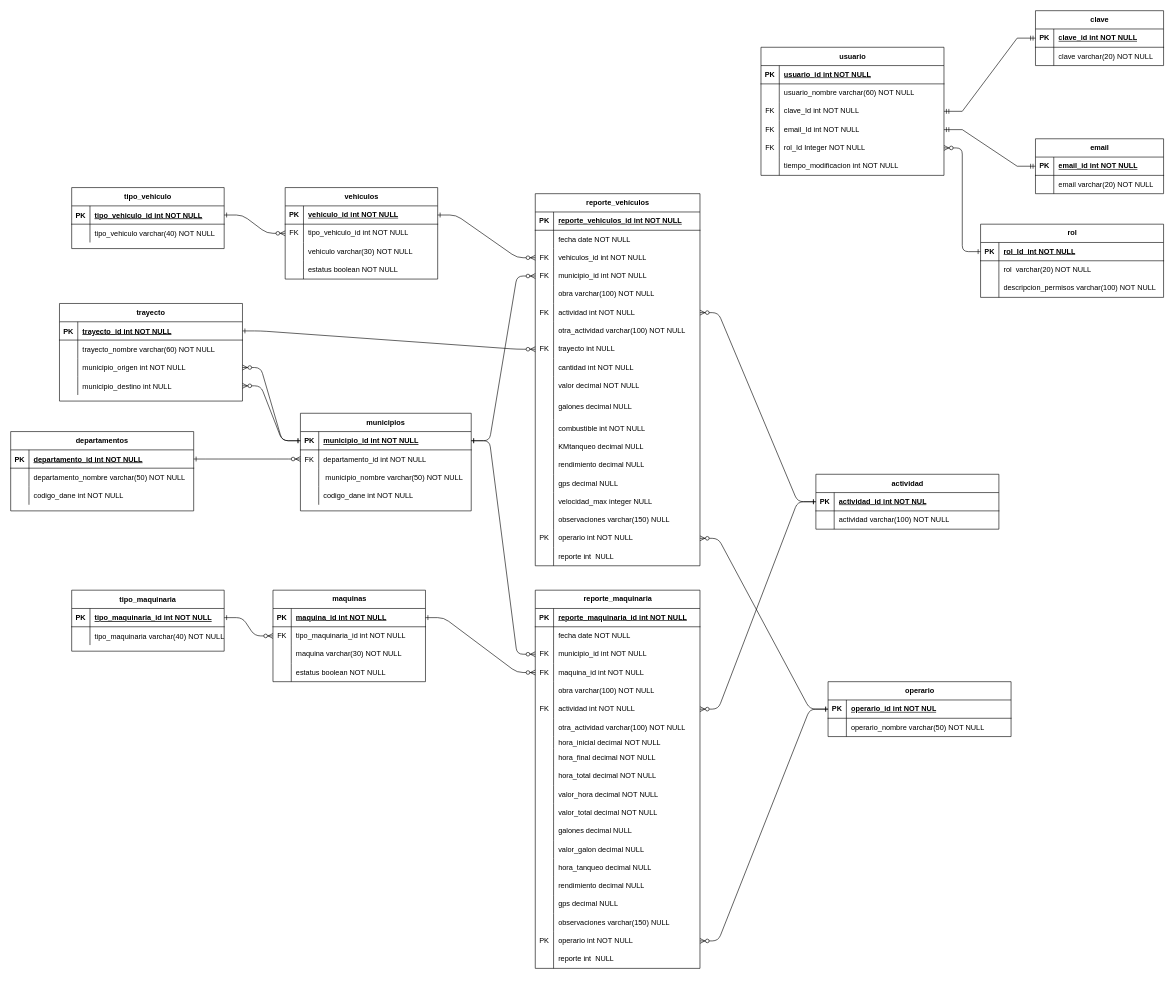
Above: MER/gestionMaquinaria&Vehiculos.drawio in MasacradorM/Gestion-de-Maquinaria-y-Vehiculos (draw.io), before the change. Source tidied: cells renumbered, new cells numbered last; positions are measured from the earlier drawing's top-left corner, leaving out a move shared by most shapes. Both pictures are drawn from the tidied source at 61%, with x=0, y=0 at pixel (10, 10).
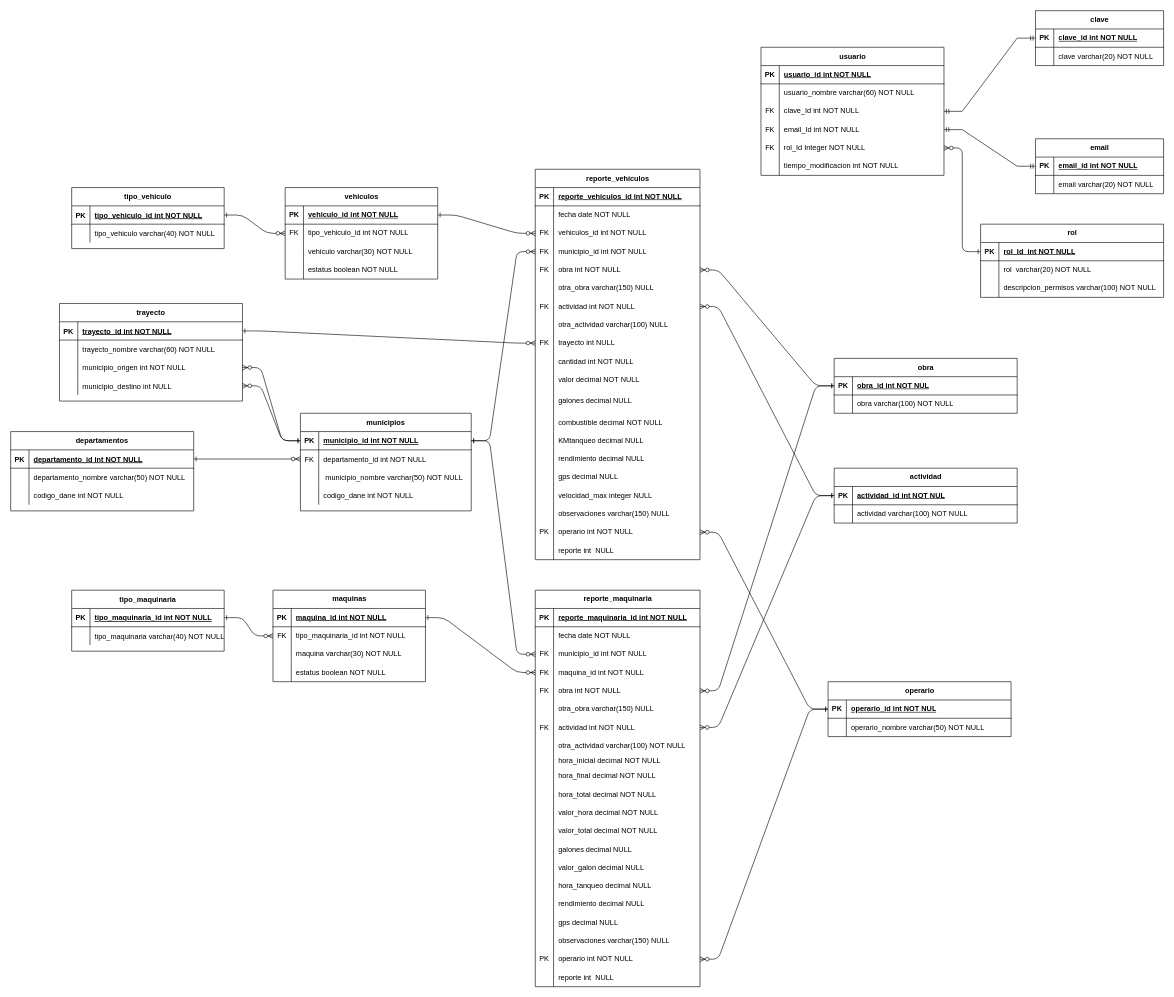
The same page after the edit.

The change refers to these unchanged cells:
```xml
<mxCell id="60" style="shape=tableRow;horizontal=0;startSize=0;swimlaneHead=0;swimlaneBody=0;fillColor=none;points=[[0,0.5],[1,0.5]];portConstraint=eastwest;top=0;left=0;right=0;bottom=0;" parent="47" vertex="1">
  <mxGeometry y="150" width="270" height="30" as="geometry" />
</mxCell>
<mxCell id="123" style="shape=tableRow;horizontal=0;startSize=0;swimlaneHead=0;swimlaneBody=0;fillColor=none;points=[[0,0.5],[1,0.5]];portConstraint=eastwest;top=0;left=0;right=0;bottom=0;" parent="110" vertex="1">
  <mxGeometry y="150" width="270" height="30" as="geometry" />
</mxCell>
```

Diff of the diagram source:
```diff
@@
     <mxCell id="47" value="reporte_maquinaria" style="shape=table;startSize=30;childLayout=tableLayout;rowLines=0;fontStyle=1;align=center;html=1;" parent="1" vertex="1">
-      <mxGeometry x="860" y="950" width="270" height="620" as="geometry" />
+      <mxGeometry x="860" y="950" width="270" height="650" as="geometry" />
     </mxCell>
@@
-    <mxCell id="61" style="shape=partialRectangle;fillColor=none;top=0;left=0;bottom=0;right=0;overflow=hidden;whiteSpace=wrap;html=1;" parent="60" vertex="1">
+    <mxCell id="61" value="FK" style="shape=partialRectangle;fillColor=none;top=0;left=0;bottom=0;right=0;overflow=hidden;whiteSpace=wrap;html=1;" parent="60" vertex="1">
       <mxGeometry width="30" height="30" as="geometry" />
     </mxCell>
-    <mxCell id="62" value="obra varchar(100) NOT NULL" style="shape=partialRectangle;fillColor=none;top=0;left=0;bottom=0;right=0;align=left;spacingLeft=6;overflow=hidden;whiteSpace=wrap;html=1;" parent="60" vertex="1">
+    <mxCell id="62" value="obra int NOT NULL" style="shape=partialRectangle;fillColor=none;top=0;left=0;bottom=0;right=0;align=left;spacingLeft=6;overflow=hidden;whiteSpace=wrap;html=1;" parent="60" vertex="1">
       <mxGeometry x="30" width="240" height="30" as="geometry" />
     </mxCell>
+    <mxCell id="271" style="shape=tableRow;horizontal=0;startSize=0;swimlaneHead=0;swimlaneBody=0;fillColor=none;top=0;left=0;right=0;bottom=0;" parent="47" vertex="1">
+      <mxGeometry y="180" width="270" height="30" as="geometry" />
+    </mxCell>
+    <mxCell id="272" style="shape=partialRectangle;fillColor=none;top=0;left=0;bottom=0;right=0;overflow=hidden;whiteSpace=wrap;html=1;" parent="271" vertex="1">
+      <mxGeometry width="30" height="30" as="geometry" />
+    </mxCell>
+    <mxCell id="273" value="otra_obra varchar(150) NULL" style="shape=partialRectangle;fillColor=none;top=0;left=0;bottom=0;right=0;align=left;spacingLeft=6;overflow=hidden;whiteSpace=wrap;html=1;" parent="271" vertex="1">
+      <mxGeometry x="30" width="240" height="30" as="geometry" />
+    </mxCell>
     <mxCell id="63" style="shape=tableRow;horizontal=0;startSize=0;swimlaneHead=0;swimlaneBody=0;fillColor=none;points=[[0,0.5],[1,0.5]];portConstraint=eastwest;top=0;left=0;right=0;bottom=0;" parent="47" vertex="1">
-      <mxGeometry y="180" width="270" height="30" as="geometry" />
+      <mxGeometry y="210" width="270" height="30" as="geometry" />
     </mxCell>
@@
     <mxCell id="66" style="shape=tableRow;horizontal=0;startSize=0;swimlaneHead=0;swimlaneBody=0;fillColor=none;top=0;left=0;right=0;bottom=0;" parent="47" vertex="1">
-      <mxGeometry y="210" width="270" height="30" as="geometry" />
+      <mxGeometry y="240" width="270" height="30" as="geometry" />
     </mxCell>
@@
     <mxCell id="69" style="shape=tableRow;horizontal=0;startSize=0;swimlaneHead=0;swimlaneBody=0;fillColor=none;top=0;left=0;right=0;bottom=0;" parent="47" vertex="1">
-      <mxGeometry y="240" width="270" height="20" as="geometry" />
+      <mxGeometry y="270" width="270" height="20" as="geometry" />
     </mxCell>
@@
     <mxCell id="72" style="shape=tableRow;horizontal=0;startSize=0;swimlaneHead=0;swimlaneBody=0;fillColor=none;top=0;left=0;right=0;bottom=0;" parent="47" vertex="1">
-      <mxGeometry y="260" width="270" height="30" as="geometry" />
+      <mxGeometry y="290" width="270" height="30" as="geometry" />
     </mxCell>
@@
     <mxCell id="75" style="shape=tableRow;horizontal=0;startSize=0;swimlaneHead=0;swimlaneBody=0;fillColor=none;top=0;left=0;right=0;bottom=0;" parent="47" vertex="1">
-      <mxGeometry y="290" width="270" height="30" as="geometry" />
+      <mxGeometry y="320" width="270" height="30" as="geometry" />
     </mxCell>
@@
     <mxCell id="78" style="shape=tableRow;horizontal=0;startSize=0;swimlaneHead=0;swimlaneBody=0;fillColor=none;top=0;left=0;right=0;bottom=0;" parent="47" vertex="1">
-      <mxGeometry y="320" width="270" height="30" as="geometry" />
+      <mxGeometry y="350" width="270" height="30" as="geometry" />
     </mxCell>
@@
     <mxCell id="81" style="shape=tableRow;horizontal=0;startSize=0;swimlaneHead=0;swimlaneBody=0;fillColor=none;top=0;left=0;right=0;bottom=0;" parent="47" vertex="1">
-      <mxGeometry y="350" width="270" height="30" as="geometry" />
+      <mxGeometry y="380" width="270" height="30" as="geometry" />
     </mxCell>
@@
     <mxCell id="84" style="shape=tableRow;horizontal=0;startSize=0;swimlaneHead=0;swimlaneBody=0;fillColor=none;top=0;left=0;right=0;bottom=0;" parent="47" vertex="1">
-      <mxGeometry y="380" width="270" height="30" as="geometry" />
+      <mxGeometry y="410" width="270" height="30" as="geometry" />
     </mxCell>
@@
     <mxCell id="87" style="shape=tableRow;horizontal=0;startSize=0;swimlaneHead=0;swimlaneBody=0;fillColor=none;top=0;left=0;right=0;bottom=0;" parent="47" vertex="1">
-      <mxGeometry y="410" width="270" height="30" as="geometry" />
+      <mxGeometry y="440" width="270" height="30" as="geometry" />
     </mxCell>
@@
     <mxCell id="90" style="shape=tableRow;horizontal=0;startSize=0;swimlaneHead=0;swimlaneBody=0;fillColor=none;top=0;left=0;right=0;bottom=0;" parent="47" vertex="1">
-      <mxGeometry y="440" width="270" height="30" as="geometry" />
+      <mxGeometry y="470" width="270" height="30" as="geometry" />
     </mxCell>
@@
     <mxCell id="93" style="shape=tableRow;horizontal=0;startSize=0;swimlaneHead=0;swimlaneBody=0;fillColor=none;top=0;left=0;right=0;bottom=0;" parent="47" vertex="1">
-      <mxGeometry y="470" width="270" height="30" as="geometry" />
+      <mxGeometry y="500" width="270" height="30" as="geometry" />
     </mxCell>
@@
     <mxCell id="96" style="shape=tableRow;horizontal=0;startSize=0;swimlaneHead=0;swimlaneBody=0;fillColor=none;top=0;left=0;right=0;bottom=0;" parent="47" vertex="1">
-      <mxGeometry y="500" width="270" height="30" as="geometry" />
+      <mxGeometry y="530" width="270" height="30" as="geometry" />
     </mxCell>
@@
     <mxCell id="99" style="shape=tableRow;horizontal=0;startSize=0;swimlaneHead=0;swimlaneBody=0;fillColor=none;top=0;left=0;right=0;bottom=0;" parent="47" vertex="1">
-      <mxGeometry y="530" width="270" height="30" as="geometry" />
+      <mxGeometry y="560" width="270" height="30" as="geometry" />
     </mxCell>
@@
     <mxCell id="102" style="shape=tableRow;horizontal=0;startSize=0;swimlaneHead=0;swimlaneBody=0;fillColor=none;points=[[0,0.5],[1,0.5]];portConstraint=eastwest;top=0;left=0;right=0;bottom=0;" parent="47" vertex="1">
-      <mxGeometry y="560" width="270" height="30" as="geometry" />
+      <mxGeometry y="590" width="270" height="30" as="geometry" />
     </mxCell>
@@
     <mxCell id="105" style="shape=tableRow;horizontal=0;startSize=0;swimlaneHead=0;swimlaneBody=0;fillColor=none;top=0;left=0;right=0;bottom=0;" parent="47" vertex="1">
-      <mxGeometry y="590" width="270" height="30" as="geometry" />
+      <mxGeometry y="620" width="270" height="30" as="geometry" />
     </mxCell>
@@
     <mxCell id="110" value="reporte_vehículos" style="shape=table;startSize=30;childLayout=tableLayout;rowLines=0;fontStyle=1;align=center;html=1;" parent="1" vertex="1">
-      <mxGeometry x="860" y="300" width="270" height="610" as="geometry" />
+      <mxGeometry x="860" y="260" width="270" height="640" as="geometry" />
     </mxCell>
@@
-    <mxCell id="124" style="shape=partialRectangle;fillColor=none;top=0;left=0;bottom=0;right=0;overflow=hidden;whiteSpace=wrap;html=1;" parent="123" vertex="1">
+    <mxCell id="124" value="FK" style="shape=partialRectangle;fillColor=none;top=0;left=0;bottom=0;right=0;overflow=hidden;whiteSpace=wrap;html=1;" parent="123" vertex="1">
       <mxGeometry width="30" height="30" as="geometry" />
     </mxCell>
-    <mxCell id="125" value="obra varchar(100) NOT NULL" style="shape=partialRectangle;fillColor=none;top=0;left=0;bottom=0;right=0;align=left;spacingLeft=6;overflow=hidden;whiteSpace=wrap;html=1;" parent="123" vertex="1">
+    <mxCell id="125" value="obra int NOT NULL" style="shape=partialRectangle;fillColor=none;top=0;left=0;bottom=0;right=0;align=left;spacingLeft=6;overflow=hidden;whiteSpace=wrap;html=1;" parent="123" vertex="1">
       <mxGeometry x="30" width="240" height="30" as="geometry" />
     </mxCell>
+    <mxCell id="274" style="shape=tableRow;horizontal=0;startSize=0;swimlaneHead=0;swimlaneBody=0;fillColor=none;top=0;left=0;right=0;bottom=0;" parent="110" vertex="1">
+      <mxGeometry y="180" width="270" height="30" as="geometry" />
+    </mxCell>
+    <mxCell id="275" style="shape=partialRectangle;fillColor=none;top=0;left=0;bottom=0;right=0;overflow=hidden;whiteSpace=wrap;html=1;" parent="274" vertex="1">
+      <mxGeometry width="30" height="30" as="geometry" />
+    </mxCell>
+    <mxCell id="276" value="otra_obra varchar(150) NULL" style="shape=partialRectangle;fillColor=none;top=0;left=0;bottom=0;right=0;align=left;spacingLeft=6;overflow=hidden;whiteSpace=wrap;html=1;" parent="274" vertex="1">
+      <mxGeometry x="30" width="240" height="30" as="geometry" />
+    </mxCell>
     <mxCell id="126" style="shape=tableRow;horizontal=0;startSize=0;swimlaneHead=0;swimlaneBody=0;fillColor=none;points=[[0,0.5],[1,0.5]];portConstraint=eastwest;top=0;left=0;right=0;bottom=0;" parent="110" vertex="1">
-      <mxGeometry y="180" width="270" height="30" as="geometry" />
+      <mxGeometry y="210" width="270" height="30" as="geometry" />
     </mxCell>
@@
     <mxCell id="129" style="shape=tableRow;horizontal=0;startSize=0;swimlaneHead=0;swimlaneBody=0;fillColor=none;top=0;left=0;right=0;bottom=0;" parent="110" vertex="1">
-      <mxGeometry y="210" width="270" height="30" as="geometry" />
+      <mxGeometry y="240" width="270" height="30" as="geometry" />
     </mxCell>
@@
-    <mxCell id="131" value="otra_actividad varchar(100) NOT NULL" style="shape=partialRectangle;fillColor=none;top=0;left=0;bottom=0;right=0;align=left;spacingLeft=6;overflow=hidden;whiteSpace=wrap;html=1;" parent="129" vertex="1">
+    <mxCell id="131" value="otra_actividad varchar(100) NULL" style="shape=partialRectangle;fillColor=none;top=0;left=0;bottom=0;right=0;align=left;spacingLeft=6;overflow=hidden;whiteSpace=wrap;html=1;" parent="129" vertex="1">
       <mxGeometry x="30" width="240" height="30" as="geometry" />
     </mxCell>
     <mxCell id="132" style="shape=tableRow;horizontal=0;startSize=0;swimlaneHead=0;swimlaneBody=0;fillColor=none;points=[[0,0.5],[1,0.5]];portConstraint=eastwest;top=0;left=0;right=0;bottom=0;" parent="110" vertex="1">
-      <mxGeometry y="240" width="270" height="30" as="geometry" />
+      <mxGeometry y="270" width="270" height="30" as="geometry" />
     </mxCell>
@@
     <mxCell id="135" style="shape=tableRow;horizontal=0;startSize=0;swimlaneHead=0;swimlaneBody=0;fillColor=none;top=0;left=0;right=0;bottom=0;" parent="110" vertex="1">
-      <mxGeometry y="270" width="270" height="30" as="geometry" />
+      <mxGeometry y="300" width="270" height="30" as="geometry" />
     </mxCell>
@@
     <mxCell id="138" style="shape=tableRow;horizontal=0;startSize=0;swimlaneHead=0;swimlaneBody=0;fillColor=none;top=0;left=0;right=0;bottom=0;" parent="110" vertex="1">
-      <mxGeometry y="300" width="270" height="30" as="geometry" />
+      <mxGeometry y="330" width="270" height="30" as="geometry" />
     </mxCell>
@@
     <mxCell id="141" style="shape=tableRow;horizontal=0;startSize=0;swimlaneHead=0;swimlaneBody=0;fillColor=none;top=0;left=0;right=0;bottom=0;" parent="110" vertex="1">
-      <mxGeometry y="330" width="270" height="40" as="geometry" />
+      <mxGeometry y="360" width="270" height="40" as="geometry" />
     </mxCell>
@@
     <mxCell id="144" style="shape=tableRow;horizontal=0;startSize=0;swimlaneHead=0;swimlaneBody=0;fillColor=none;top=0;left=0;right=0;bottom=0;" parent="110" vertex="1">
-      <mxGeometry y="370" width="270" height="30" as="geometry" />
+      <mxGeometry y="400" width="270" height="30" as="geometry" />
     </mxCell>
@@
-    <mxCell id="146" value="combustible int NOT NULL" style="shape=partialRectangle;fillColor=none;top=0;left=0;bottom=0;right=0;align=left;spacingLeft=6;overflow=hidden;whiteSpace=wrap;html=1;" parent="144" vertex="1">
+    <mxCell id="146" value="combustible decimal NOT NULL" style="shape=partialRectangle;fillColor=none;top=0;left=0;bottom=0;right=0;align=left;spacingLeft=6;overflow=hidden;whiteSpace=wrap;html=1;" parent="144" vertex="1">
       <mxGeometry x="30" width="240" height="30" as="geometry" />
     </mxCell>
     <mxCell id="147" style="shape=tableRow;horizontal=0;startSize=0;swimlaneHead=0;swimlaneBody=0;fillColor=none;top=0;left=0;right=0;bottom=0;" parent="110" vertex="1">
-      <mxGeometry y="400" width="270" height="30" as="geometry" />
+      <mxGeometry y="430" width="270" height="30" as="geometry" />
     </mxCell>
@@
     <mxCell id="150" style="shape=tableRow;horizontal=0;startSize=0;swimlaneHead=0;swimlaneBody=0;fillColor=none;top=0;left=0;right=0;bottom=0;" parent="110" vertex="1">
-      <mxGeometry y="430" width="270" height="30" as="geometry" />
+      <mxGeometry y="460" width="270" height="30" as="geometry" />
     </mxCell>
@@
     <mxCell id="153" style="shape=tableRow;horizontal=0;startSize=0;swimlaneHead=0;swimlaneBody=0;fillColor=none;top=0;left=0;right=0;bottom=0;" parent="110" vertex="1">
-      <mxGeometry y="460" width="270" height="30" as="geometry" />
+      <mxGeometry y="490" width="270" height="30" as="geometry" />
     </mxCell>
@@
     <mxCell id="156" style="shape=tableRow;horizontal=0;startSize=0;swimlaneHead=0;swimlaneBody=0;fillColor=none;top=0;left=0;right=0;bottom=0;" parent="110" vertex="1">
-      <mxGeometry y="490" width="270" height="30" as="geometry" />
+      <mxGeometry y="520" width="270" height="30" as="geometry" />
     </mxCell>
@@
     <mxCell id="159" style="shape=tableRow;horizontal=0;startSize=0;swimlaneHead=0;swimlaneBody=0;fillColor=none;top=0;left=0;right=0;bottom=0;" parent="110" vertex="1">
-      <mxGeometry y="520" width="270" height="30" as="geometry" />
+      <mxGeometry y="550" width="270" height="30" as="geometry" />
     </mxCell>
@@
     <mxCell id="162" style="shape=tableRow;horizontal=0;startSize=0;swimlaneHead=0;swimlaneBody=0;fillColor=none;points=[[0,0.5],[1,0.5]];portConstraint=eastwest;top=0;left=0;right=0;bottom=0;" parent="110" vertex="1">
-      <mxGeometry y="550" width="270" height="30" as="geometry" />
+      <mxGeometry y="580" width="270" height="30" as="geometry" />
     </mxCell>
@@
     <mxCell id="165" style="shape=tableRow;horizontal=0;startSize=0;swimlaneHead=0;swimlaneBody=0;fillColor=none;top=0;left=0;right=0;bottom=0;" parent="110" vertex="1">
-      <mxGeometry y="580" width="270" height="30" as="geometry" />
+      <mxGeometry y="610" width="270" height="30" as="geometry" />
     </mxCell>
@@
     <mxCell id="246" value="actividad" style="shape=table;startSize=30;childLayout=tableLayout;rowLines=0;fontStyle=1;align=center;html=1;" parent="1" vertex="1">
-      <mxGeometry x="1320" y="760" width="300" height="90" as="geometry" />
+      <mxGeometry x="1350" y="750" width="300" height="90" as="geometry" />
     </mxCell>
@@
+    <mxCell id="277" value="obra" style="shape=table;startSize=30;childLayout=tableLayout;rowLines=0;fontStyle=1;align=center;html=1;" parent="1" vertex="1">
+      <mxGeometry x="1350" y="570" width="300" height="90" as="geometry" />
+    </mxCell>
+    <mxCell id="278" style="shape=tableRow;horizontal=0;startSize=0;swimlaneHead=0;swimlaneBody=0;fillColor=none;points=[[0,0.5],[1,0.5]];portConstraint=eastwest;top=0;left=0;right=0;bottom=1;" parent="277" vertex="1">
+      <mxGeometry y="30" width="300" height="30" as="geometry" />
+    </mxCell>
+    <mxCell id="279" value="PK" style="shape=partialRectangle;fillColor=none;top=0;left=0;bottom=0;right=0;fontStyle=1;overflow=hidden;whiteSpace=wrap;html=1;" parent="278" vertex="1">
+      <mxGeometry width="30" height="30" as="geometry" />
+    </mxCell>
+    <mxCell id="280" value="obra_id int NOT NUL" style="shape=partialRectangle;fillColor=none;top=0;left=0;bottom=0;right=0;align=left;spacingLeft=6;fontStyle=5;overflow=hidden;whiteSpace=wrap;html=1;" parent="278" vertex="1">
+      <mxGeometry x="30" width="270" height="30" as="geometry" />
+    </mxCell>
+    <mxCell id="281" style="shape=tableRow;horizontal=0;startSize=0;swimlaneHead=0;swimlaneBody=0;fillColor=none;top=0;left=0;right=0;bottom=0;" parent="277" vertex="1">
+      <mxGeometry y="60" width="300" height="30" as="geometry" />
+    </mxCell>
+    <mxCell id="282" style="shape=partialRectangle;fillColor=none;top=0;left=0;bottom=0;right=0;overflow=hidden;whiteSpace=wrap;html=1;" parent="281" vertex="1">
+      <mxGeometry width="30" height="30" as="geometry" />
+    </mxCell>
+    <mxCell id="283" value="obra varchar(100) NOT NULL" style="shape=partialRectangle;fillColor=none;top=0;left=0;bottom=0;right=0;align=left;spacingLeft=6;overflow=hidden;whiteSpace=wrap;html=1;" parent="281" vertex="1">
+      <mxGeometry x="30" width="270" height="30" as="geometry" />
+    </mxCell>
+    <mxCell id="284" style="edgeStyle=entityRelationEdgeStyle;endArrow=ERzeroToMany;startArrow=ERone;endFill=1;startFill=0;" parent="1" edge="1" source="278" target="123">
+      <mxGeometry relative="1" as="geometry" />
+    </mxCell>
+    <mxCell id="285" style="edgeStyle=entityRelationEdgeStyle;endArrow=ERzeroToMany;startArrow=ERone;endFill=1;startFill=0;exitX=0;exitY=0.5;exitDx=0;exitDy=0;" parent="1" edge="1" source="278" target="60">
+      <mxGeometry relative="1" as="geometry" />
+    </mxCell>
```
